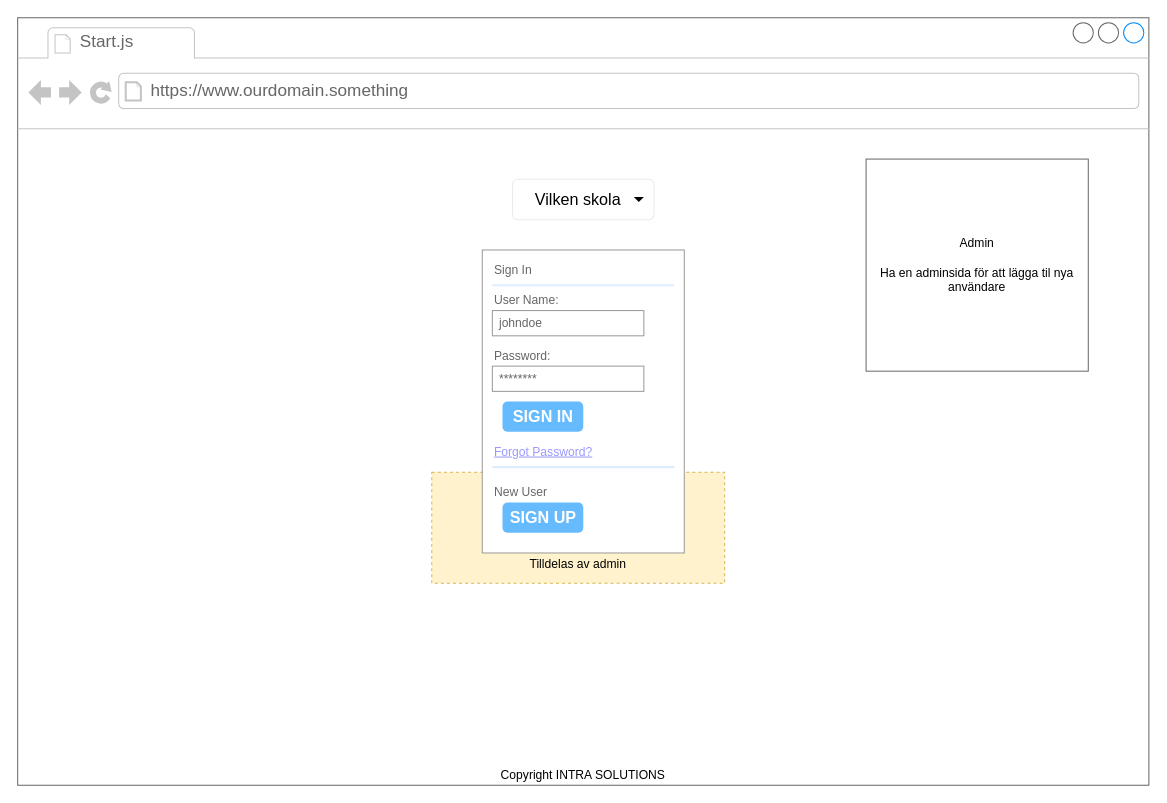
Above: page "app-signIn.js" (5 of 6) of planning/ReactProjectIntranet.drawio in luciesaad/ReactProject_Intranet (draw.io), before the change. Source tidied: cells renumbered, new cells numbered last; positions are measured from the earlier drawing's top-left corner, leaving out a move shared by most shapes. Both pictures are drawn from the tidied source at 101%, with x=0, y=0 at pixel (17, 17).
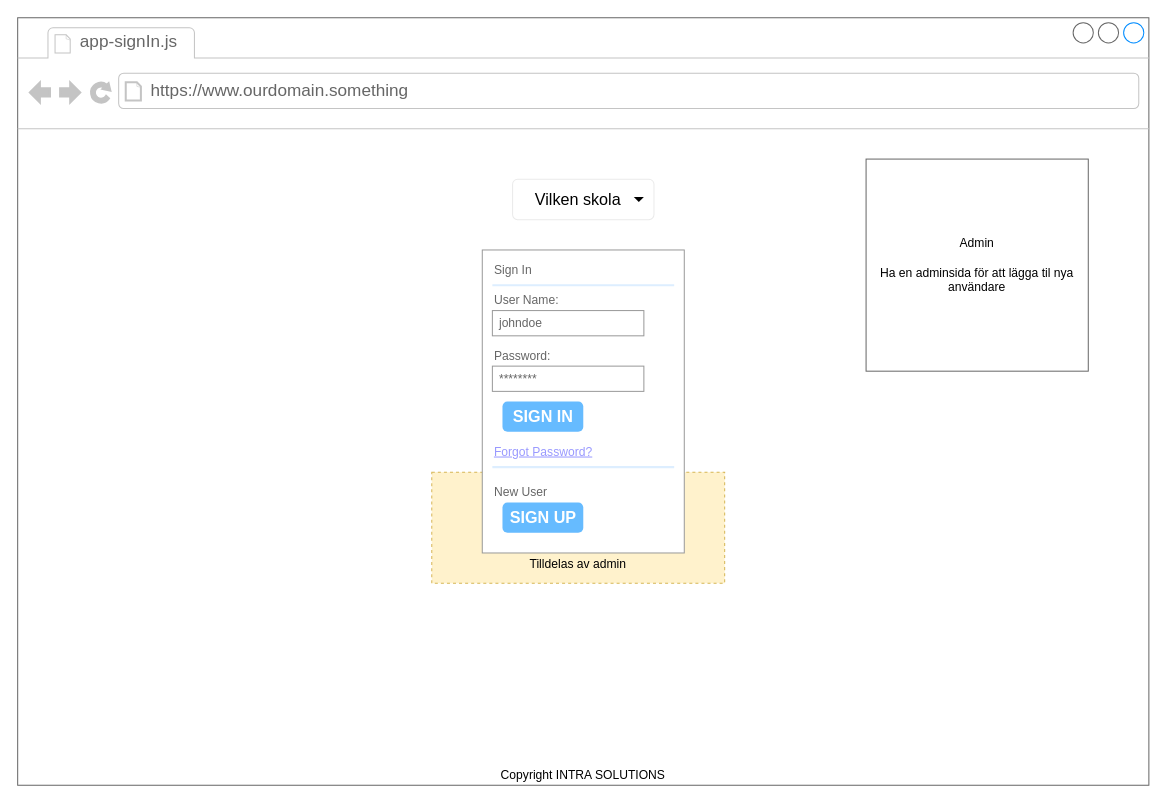
Above is the later version.

Unchanged cells that the change refers to:
```xml
<mxCell id="2" style="strokeWidth=1;shadow=0;dashed=0;align=center;html=1;shape=mxgraph.mockup.containers.browserWindow;rSize=0;fillColor=#ffffff;strokeColor=#666666;strokeColor2=#008cff;strokeColor3=#c4c4c4;mainText=,;glass=0;comic=0;" parent="1" vertex="1">
  <mxGeometry width="1120" height="760" as="geometry" />
</mxCell>
```

The edit, as a diff of the source:
```diff
@@
-    <mxCell id="4" value="Start.js" style="strokeWidth=1;shadow=0;dashed=0;align=center;html=1;shape=mxgraph.mockup.containers.anchor;fontSize=17;fontColor=#666666;align=left;" parent="2" vertex="1">
+    <mxCell id="4" value="app-signIn.js" style="strokeWidth=1;shadow=0;dashed=0;align=center;html=1;shape=mxgraph.mockup.containers.anchor;fontSize=17;fontColor=#666666;align=left;" parent="2" vertex="1">
       <mxGeometry x="60" y="12" width="110" height="26" as="geometry" />
     </mxCell>
```
